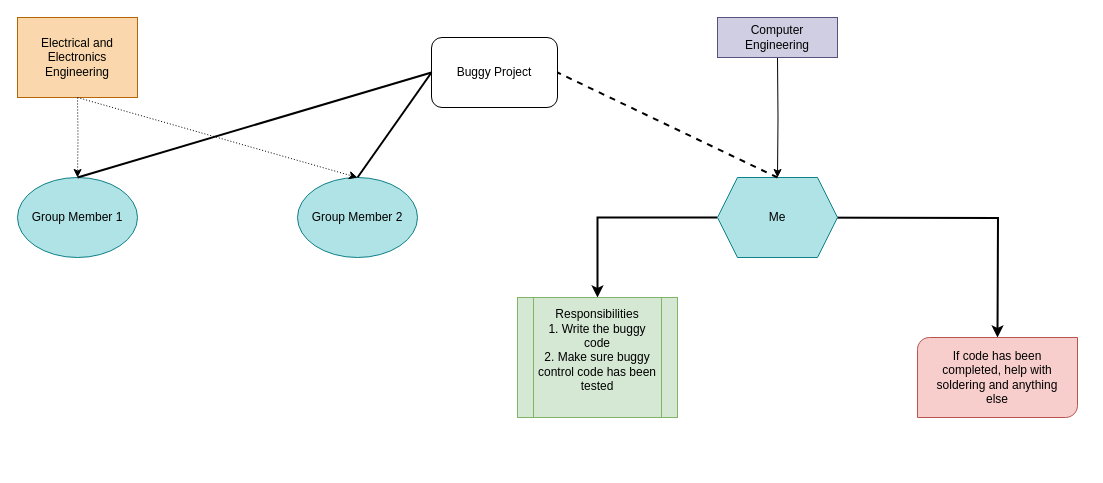
Earlier version of the draw.io diagram BuggyProjectPlan.drawio (SahasT23/UniversityNotesNClEngineeringtrial). Source tidied: cells renumbered, new cells numbered last; positions are measured from the earlier drawing's top-left corner, leaving out a move shared by most shapes. Both pictures are drawn from the tidied source at 100%, with x=0, y=0 at pixel (17, 17).
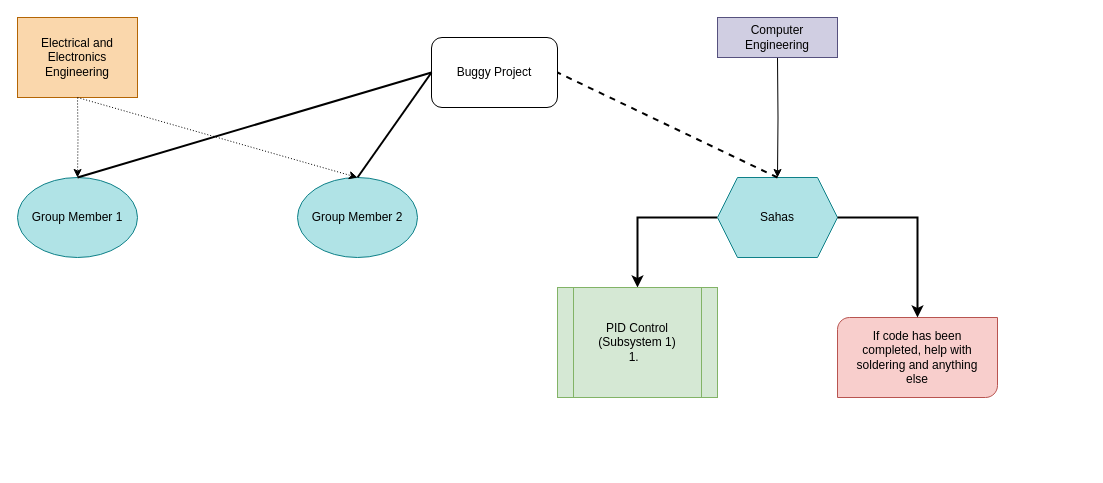
After the change.

What changed in the source:
```diff
@@
     <mxCell id="5" style="edgeStyle=orthogonalEdgeStyle;rounded=0;jettySize=auto;html=1;exitX=0;exitY=0.5;exitDx=0;exitDy=0;entryX=0.5;entryY=0;entryDx=0;entryDy=0;strokeWidth=2;" parent="1" edge="1" source="7" target="11">
       <mxGeometry relative="1" as="geometry">
         <Array as="points">
-          <mxPoint x="580" y="200" />
+          <mxPoint x="620" y="200" />
         </Array>
       </mxGeometry>
     </mxCell>
-    <mxCell id="6" style="edgeStyle=orthogonalEdgeStyle;rounded=0;orthogonalLoop=1;jettySize=auto;html=1;exitX=1;exitY=0.5;exitDx=0;exitDy=0;entryX=0.5;entryY=0;entryDx=0;entryDy=0;strokeWidth=2;" parent="1" edge="1">
-      <mxGeometry relative="1" as="geometry">
-        <mxPoint x="740" y="200" as="sourcePoint" />
-        <mxPoint x="980" y="320" as="targetPoint" />
-      </mxGeometry>
-    </mxCell>
-    <mxCell id="7" value="Me" style="shape=hexagon;perimeter=hexagonPerimeter2;whiteSpace=wrap;html=1;fixedSize=1;fillColor=#b0e3e6;strokeColor=#0e8088;" parent="1" vertex="1">
+    <mxCell id="7" value="Sahas" style="shape=hexagon;perimeter=hexagonPerimeter2;whiteSpace=wrap;html=1;fixedSize=1;fillColor=#b0e3e6;strokeColor=#0e8088;" parent="1" vertex="1">
       <mxGeometry x="700" y="160" width="120" height="80" as="geometry" />
     </mxCell>
@@
-    <mxCell id="11" value="Responsibilities&lt;div&gt;1. Write the buggy code&lt;/div&gt;&lt;div&gt;2. Make sure buggy control code has been tested&lt;/div&gt;&lt;div&gt;&lt;div&gt;&lt;br&gt;&lt;/div&gt;&lt;/div&gt;" style="shape=process;whiteSpace=wrap;html=1;backgroundOutline=1;fillColor=#d5e8d4;strokeColor=#82b366;" parent="1" vertex="1">
-      <mxGeometry x="500" y="280" width="160" height="120" as="geometry" />
+    <mxCell id="11" value="&lt;div&gt;PID Control (Subsystem 1)&lt;/div&gt;&lt;div&gt;&lt;div&gt;1.&amp;nbsp;&amp;nbsp;&lt;/div&gt;&lt;/div&gt;" style="shape=process;whiteSpace=wrap;html=1;backgroundOutline=1;fillColor=#d5e8d4;strokeColor=#82b366;" parent="1" vertex="1">
+      <mxGeometry x="540" y="270" width="160" height="110" as="geometry" />
     </mxCell>
     <mxCell id="12" style="edgeStyle=orthogonalEdgeStyle;rounded=0;orthogonalLoop=1;jettySize=auto;html=1;exitX=0.5;exitY=1;exitDx=0;exitDy=0;" parent="1" edge="1">
       <mxGeometry relative="1" as="geometry">
-        <mxPoint x="1060" y="440" as="sourcePoint" />
-        <mxPoint x="1060" y="440" as="targetPoint" />
+        <mxPoint x="980" y="430" as="sourcePoint" />
+        <mxPoint x="980" y="430" as="targetPoint" />
       </mxGeometry>
     </mxCell>
     <mxCell id="13" style="verticalLabelPosition=bottom;verticalAlign=top;html=1;shape=mxgraph.basic.diag_round_rect;dx=6;whiteSpace=wrap;fillColor=#f8cecc;strokeColor=#b85450;" parent="1" vertex="1">
-      <mxGeometry x="900" y="320" width="160" height="80" as="geometry" />
+      <mxGeometry x="820" y="300" width="160" height="80" as="geometry" />
     </mxCell>
     <mxCell id="14" value="If code has been completed, help with soldering and anything else" style="text;html=1;align=center;verticalAlign=middle;whiteSpace=wrap;rounded=0;" parent="1" vertex="1">
-      <mxGeometry x="910" y="330" width="140" height="60" as="geometry" />
+      <mxGeometry x="830" y="310" width="140" height="60" as="geometry" />
     </mxCell>
@@
+    <mxCell id="20" style="edgeStyle=orthogonalEdgeStyle;rounded=0;jettySize=auto;html=1;exitX=1;exitY=0.5;exitDx=0;exitDy=0;entryX=0.5;entryY=0;entryDx=0;entryDy=0;entryPerimeter=0;strokeWidth=2;" parent="1" edge="1" source="7" target="13">
+      <mxGeometry relative="1" as="geometry" />
+    </mxCell>
```
